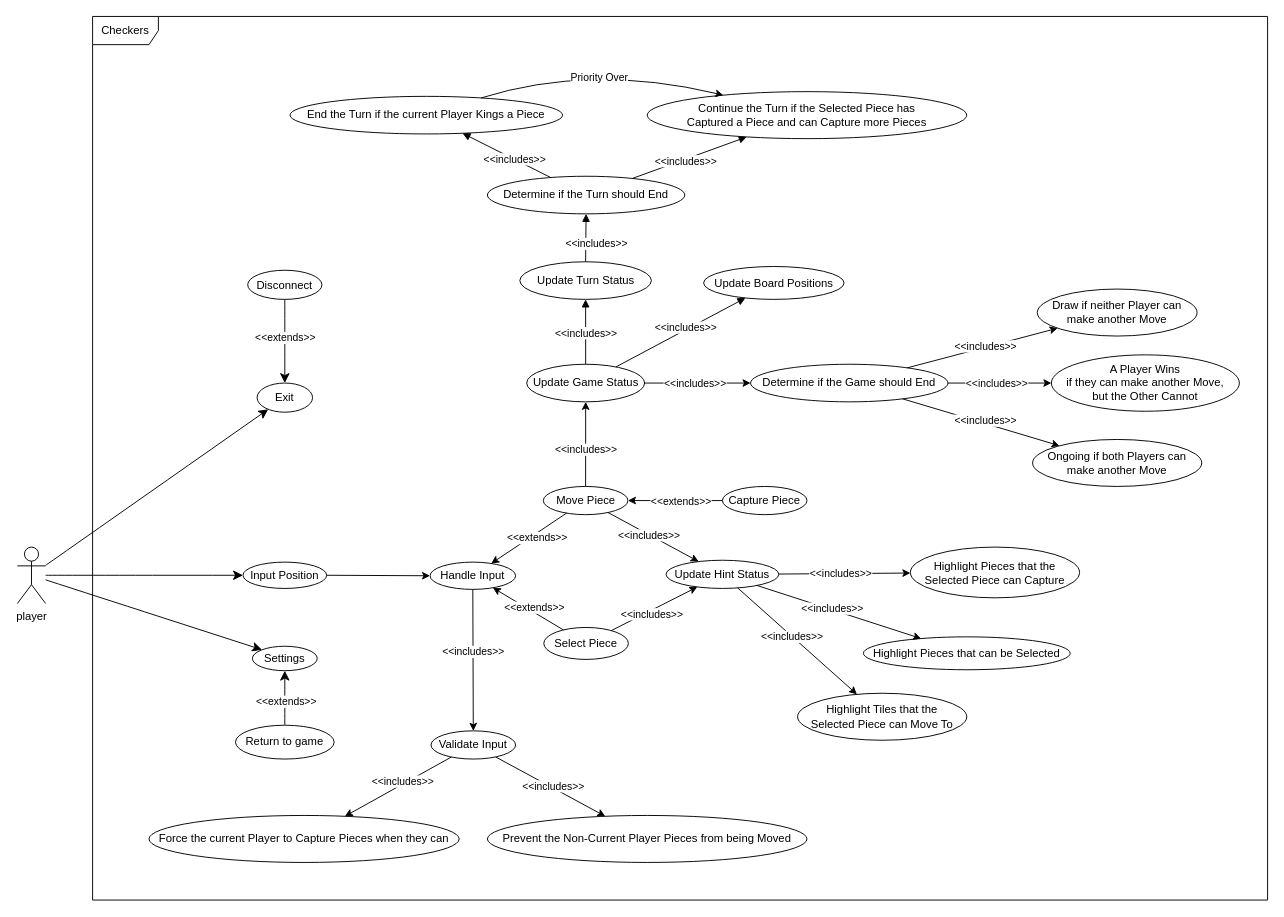
This is page "Checkers" (2 of 2) of GameUseCases.drawio from illiteratewaffle/RetroArcade, a draw.io file, before an edit. Source tidied: cells renumbered, new cells numbered last; positions are measured from the earlier drawing's top-left corner, leaving out a move shared by most shapes. Both pictures are drawn from the tidied source at 94%, with x=0, y=0 at pixel (17, 16).
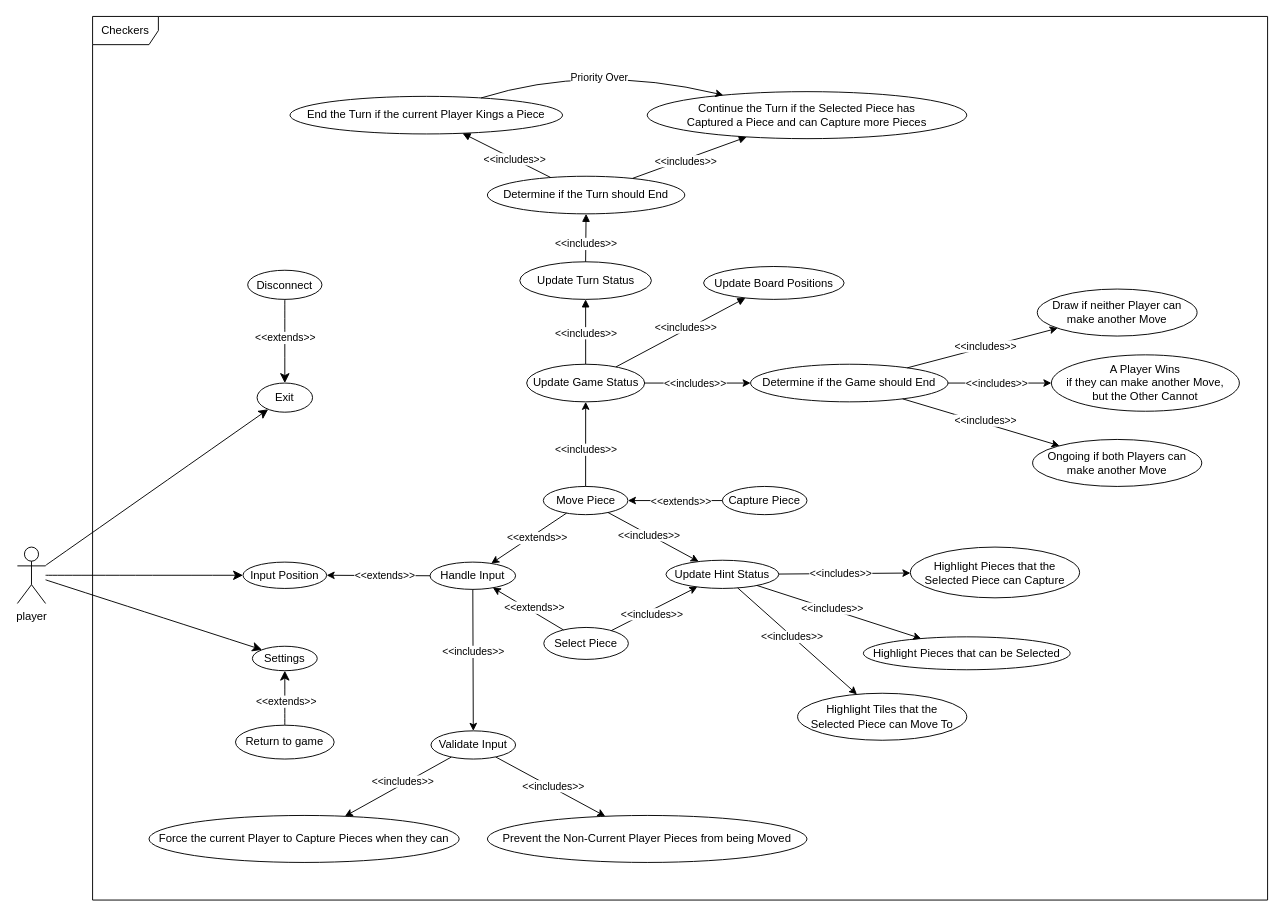
The same page after the edit.

Commit message:
Fixed the Checkers Use Case Diagram to have Handle Input as an Extension of Input Position (we observe the user's input, and add on to it; the exact behaviour, however varies from game to game).

The change refers to these unchanged cells:
```xml
<mxCell id="8" value="Input Position" style="ellipse;whiteSpace=wrap;html=1;" parent="1" vertex="1">
  <mxGeometry x="240" y="580.5" width="89" height="28" as="geometry" />
</mxCell>
<mxCell id="11" value="Handle Input" style="ellipse;whiteSpace=wrap;html=1;" parent="1" vertex="1">
  <mxGeometry x="439" y="580.5" width="91" height="29" as="geometry" />
</mxCell>
<mxCell id="25" style="rounded=0;jettySize=auto;html=1;endArrow=block;endFill=1;" parent="1" edge="1" source="21" target="27">
  <mxGeometry relative="1" as="geometry" />
</mxCell>
```

The edit, as a diff of the source:
```diff
@@
     <mxCell id="26" value="&amp;lt;&amp;lt;includes&amp;gt;&amp;gt;" style="edgeLabel;html=1;align=center;verticalAlign=middle;" parent="25" vertex="1">
-      <mxGeometry x="-0.23" relative="1" as="geometry">
-        <mxPoint x="11" as="offset" />
-      </mxGeometry>
+      <mxGeometry x="-0.23" relative="1" as="geometry" />
     </mxCell>
@@
-    <mxCell id="36" style="endArrow=classic;html=1;rounded=0;" parent="1" edge="1" source="8" target="11">
+    <mxCell id="36" style="endArrow=classic;html=1;rounded=0;" parent="1" edge="1" source="11" target="8">
       <mxGeometry relative="1" as="geometry" />
     </mxCell>
+    <mxCell id="82" value="&amp;lt;&amp;lt;extends&amp;gt;&amp;gt;" style="edgeLabel;html=1;align=center;verticalAlign=middle;" parent="36" vertex="1">
+      <mxGeometry x="0.04" y="-1" relative="1" as="geometry">
+        <mxPoint x="8" y="1" as="offset" />
+      </mxGeometry>
+    </mxCell>
```
